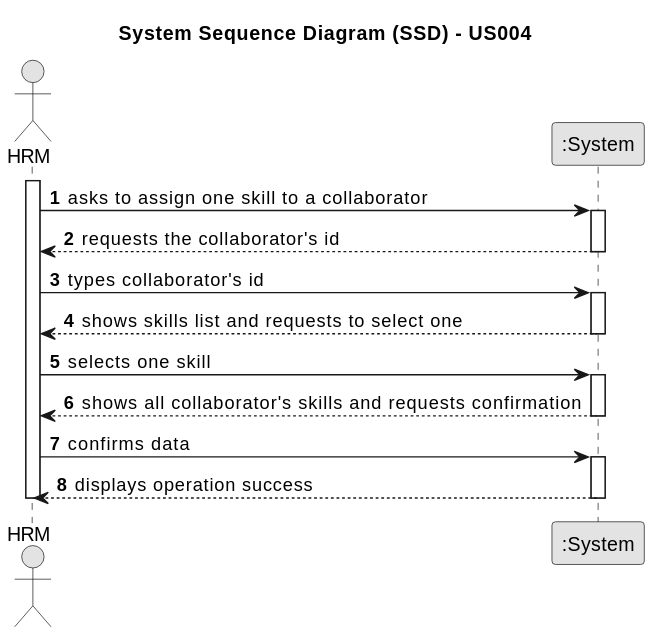
The PlantUML diagram docs/sprintB/us004/01.requirements-engineering/svg/us004-system-sequence-diagram.svg in Departamento-de-Engenharia-Informatica/lei-24-s2-1dm-g132, before a commit. Source of this version:
```plantuml
@startuml
skinparam monochrome true
skinparam packageStyle rectangle
skinparam shadowing false

title System Sequence Diagram (SSD) - US004

autonumber

actor "HRM" as Employee
participant ":System" as System

activate Employee

    Employee -> System : asks to assign one skill to a collaborator
    activate System

    System --> Employee : requests the collaborator's id
    deactivate System

    Employee -> System : types collaborator's id
    activate System

    System --> Employee : shows skills list and requests to select one
    deactivate System

    Employee -> System : selects one skill
    activate System

    System --> Employee : shows all collaborator's skills and requests confirmation
    deactivate System

    Employee -> System : confirms data
    activate System

    System --> Employee : displays operation success
    deactivate System

deactivate Employee
@enduml
```
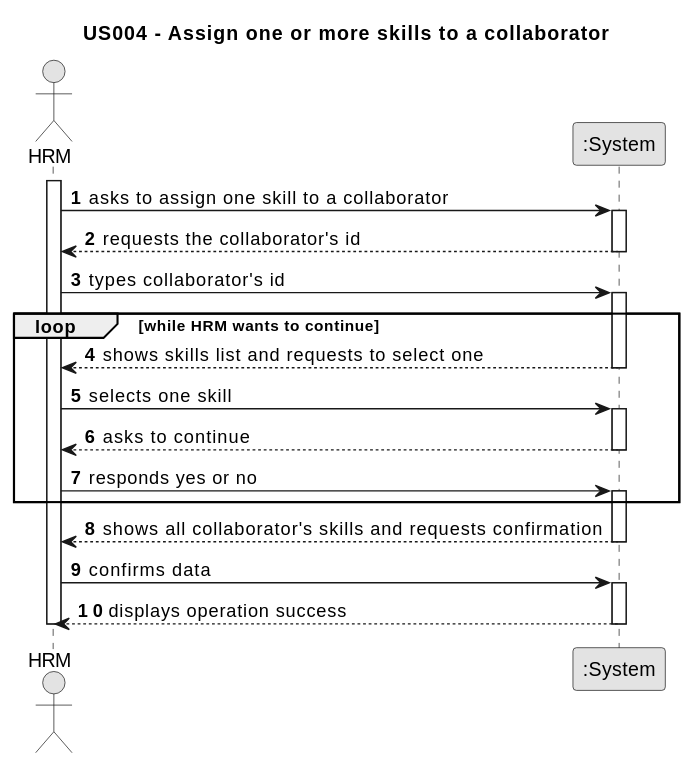
Above is the later version.

Commit message:
US004 SSD update: loop

Diff of the diagram source:
```diff
@@ -3,7 +3,7 @@
 skinparam packageStyle rectangle
 skinparam shadowing false
 
-title System Sequence Diagram (SSD) - US004
+title US004 - Assign one or more skills to a collaborator
 
 autonumber
 
@@ -21,12 +21,19 @@
     Employee -> System : types collaborator's id
     activate System
 
+    loop while HRM wants to continue
     System --> Employee : shows skills list and requests to select one
     deactivate System
 
     Employee -> System : selects one skill
     activate System
 
+    System --> Employee : asks to continue
+    deactivate System
+
+    Employee -> System : responds yes or no
+    activate System
+    end
     System --> Employee : shows all collaborator's skills and requests confirmation
     deactivate System
 
```
